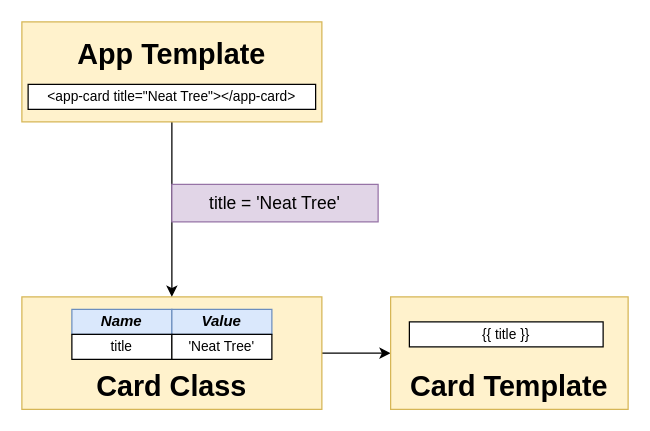
The draw.io diagram page "23 - single" (14 of 22) of diagrams/cards/diagrams.drawio in StephenGrider/ng-casts, before the edit. Source tidied: cells renumbered, new cells numbered last; positions are measured from the earlier drawing's top-left corner, leaving out a move shared by most shapes. Both pictures are drawn from the tidied source at 125%, with x=0, y=0 at pixel (21, 21).
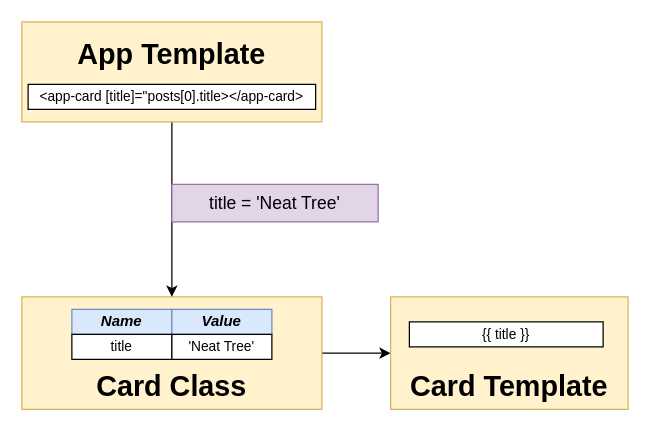
The same diagram, later.

Change to the diagram source:
```diff
@@
 <mxGraphModel>
   <root>
     <mxCell id="0" />
     <mxCell id="1" parent="0" />
     <mxCell id="2" style="edgeStyle=orthogonalEdgeStyle;rounded=0;jettySize=auto;html=1;exitX=1;exitY=0.5;exitDx=0;exitDy=0;strokeWidth=1;fontSize=12;" parent="1" edge="1" source="3" target="9">
       <mxGeometry relative="1" as="geometry" />
     </mxCell>
     <mxCell id="3" value="&lt;br&gt;&lt;br&gt;Card Class" style="rounded=0;whiteSpace=wrap;html=1;shadow=0;strokeWidth=1;fontSize=23;align=center;fillColor=#fff2cc;strokeColor=#d6b656;fontStyle=1;" parent="1" vertex="1">
       <mxGeometry y="220" width="240" height="90" as="geometry" />
     </mxCell>
     <mxCell id="4" style="edgeStyle=orthogonalEdgeStyle;rounded=0;jettySize=auto;html=1;exitX=0.5;exitY=1;exitDx=0;exitDy=0;strokeWidth=1;fontSize=15;" parent="1" edge="1" source="5" target="3">
       <mxGeometry relative="1" as="geometry" />
     </mxCell>
     <mxCell id="5" value="App Template&lt;br&gt;&lt;br&gt;" style="rounded=0;whiteSpace=wrap;html=1;shadow=0;strokeWidth=1;fontSize=23;align=center;fillColor=#fff2cc;strokeColor=#d6b656;fontStyle=1;" parent="1" vertex="1">
       <mxGeometry width="240" height="80" as="geometry" />
     </mxCell>
     <mxCell id="6" value="title = 'Neat Tree'" style="rounded=0;whiteSpace=wrap;html=1;shadow=0;strokeWidth=1;fontSize=14;align=center;fillColor=#e1d5e7;strokeColor=#9673a6;fontStyle=0;" parent="1" vertex="1">
       <mxGeometry x="120" y="130" width="165" height="30" as="geometry" />
     </mxCell>
     <mxCell id="7" value="Name" style="rounded=0;whiteSpace=wrap;html=1;shadow=0;strokeWidth=1;fontSize=12;align=center;fillColor=#dae8fc;strokeColor=#6c8ebf;fontStyle=3;" parent="1" vertex="1">
       <mxGeometry x="40" y="230" width="80" height="20" as="geometry" />
     </mxCell>
     <mxCell id="8" value="Value" style="rounded=0;whiteSpace=wrap;html=1;shadow=0;strokeWidth=1;fontSize=12;align=center;fillColor=#dae8fc;strokeColor=#6c8ebf;fontStyle=3;" parent="1" vertex="1">
       <mxGeometry x="120" y="230" width="80" height="20" as="geometry" />
     </mxCell>
     <mxCell id="9" value="&lt;br&gt;&lt;br&gt;Card Template" style="rounded=0;whiteSpace=wrap;html=1;shadow=0;strokeWidth=1;fontSize=23;align=center;fillColor=#fff2cc;strokeColor=#d6b656;fontStyle=1;" parent="1" vertex="1">
       <mxGeometry x="295" y="220" width="190" height="90" as="geometry" />
     </mxCell>
-    <mxCell id="10" value="&amp;lt;app-card title=&quot;Neat Tree&quot;&amp;gt;&amp;lt;/app-card&amp;gt;" style="rounded=0;whiteSpace=wrap;html=1;shadow=0;strokeWidth=1;fontSize=11;align=center;fontStyle=0;" parent="1" vertex="1">
+    <mxCell id="10" value="&amp;lt;app-card [title]=&quot;posts[0].title&amp;gt;&amp;lt;/app-card&amp;gt;" style="rounded=0;whiteSpace=wrap;html=1;shadow=0;strokeWidth=1;fontSize=11;align=center;fontStyle=0;" parent="1" vertex="1">
       <mxGeometry x="5" y="50" width="230" height="20" as="geometry" />
     </mxCell>
     <mxCell id="11" value="title" style="rounded=0;whiteSpace=wrap;html=1;shadow=0;strokeWidth=1;fontSize=11;align=center;fontStyle=0;" parent="1" vertex="1">
       <mxGeometry x="40" y="250" width="80" height="20" as="geometry" />
     </mxCell>
     <mxCell id="12" value="'Neat Tree'" style="rounded=0;whiteSpace=wrap;html=1;shadow=0;strokeWidth=1;fontSize=11;align=center;fontStyle=0;" parent="1" vertex="1">
       <mxGeometry x="120" y="250" width="80" height="20" as="geometry" />
     </mxCell>
     <mxCell id="13" value="{{ title }}" style="rounded=0;whiteSpace=wrap;html=1;shadow=0;strokeWidth=1;fontSize=11;align=center;fontStyle=0;" parent="1" vertex="1">
       <mxGeometry x="310" y="240" width="155" height="20" as="geometry" />
     </mxCell>
   </root>
 </mxGraphModel>
```
